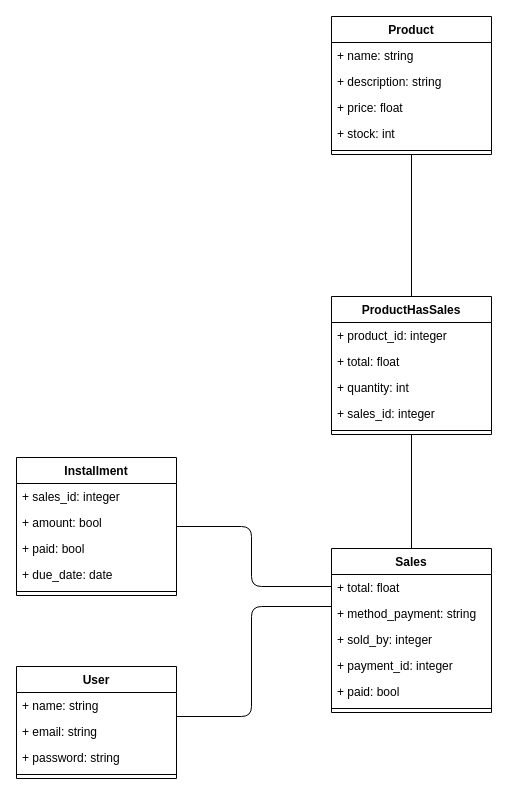
This is diagram.drawio from hendrix97s/dc-tecnologia-test, a draw.io file, before an edit. Source tidied: cells renumbered, new cells numbered last; positions are measured from the earlier drawing's top-left corner, leaving out a move shared by most shapes. Both pictures are drawn from the tidied source at 100%, with x=0, y=0 at pixel (16, 16).
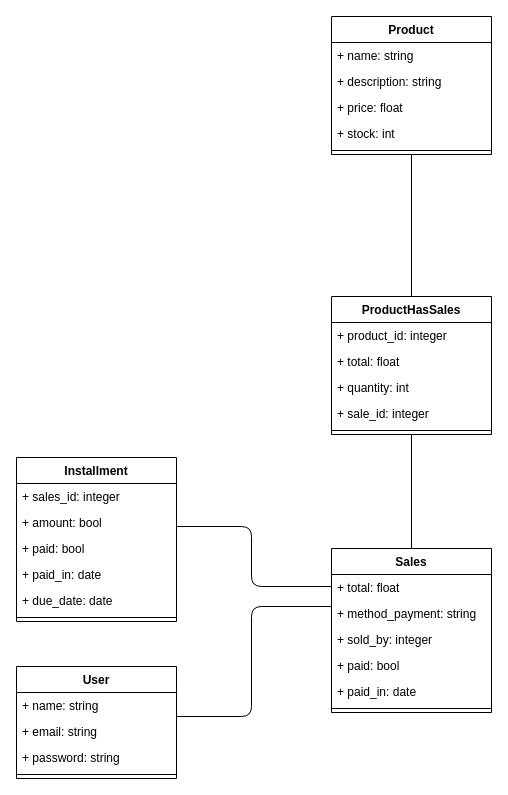
The same diagram, later.

The change refers to these unchanged cells:
```xml
<mxCell id="15" value="Sales" style="swimlane;fontStyle=1;align=center;verticalAlign=top;horizontal=1;startSize=26;" parent="1" vertex="1">
  <mxGeometry x="315" y="532" width="160" height="164" as="geometry" />
</mxCell>
<mxCell id="23" value="ProductHasSales" style="swimlane;fontStyle=1;align=center;verticalAlign=top;horizontal=1;startSize=26;" parent="1" vertex="1">
  <mxGeometry x="315" y="280" width="160" height="138" as="geometry" />
</mxCell>
```

What changed in the source:
```diff
@@
-    <mxCell id="19" value="+ payment_id: integer" style="text;strokeColor=none;fillColor=none;align=left;verticalAlign=top;spacingLeft=4;spacingRight=4;overflow=hidden;" parent="15" vertex="1">
-      <mxGeometry y="104" width="160" height="26" as="geometry" />
-    </mxCell>
     <mxCell id="20" value="+ paid: bool" style="text;strokeColor=none;fillColor=none;align=left;verticalAlign=top;spacingLeft=4;spacingRight=4;overflow=hidden;" parent="15" vertex="1">
-      <mxGeometry y="130" width="160" height="26" as="geometry" />
+      <mxGeometry y="104" width="160" height="26" as="geometry" />
     </mxCell>
+    <mxCell id="36" value="+ paid_in: date" style="text;strokeColor=none;fillColor=none;align=left;verticalAlign=top;spacingLeft=4;spacingRight=4;overflow=hidden;" parent="15" vertex="1">
+      <mxGeometry y="130" width="160" height="26" as="geometry" />
+    </mxCell>
@@
-    <mxCell id="27" value="+ sales_id: integer" style="text;strokeColor=none;fillColor=none;align=left;verticalAlign=top;spacingLeft=4;spacingRight=4;overflow=hidden;" parent="23" vertex="1">
+    <mxCell id="27" value="+ sale_id: integer" style="text;strokeColor=none;fillColor=none;align=left;verticalAlign=top;spacingLeft=4;spacingRight=4;overflow=hidden;" parent="23" vertex="1">
       <mxGeometry y="104" width="160" height="26" as="geometry" />
     </mxCell>
@@
     <mxCell id="30" value="Installment" style="swimlane;fontStyle=1;align=center;verticalAlign=top;horizontal=1;startSize=26;" parent="1" vertex="1">
-      <mxGeometry y="441" width="160" height="138" as="geometry" />
+      <mxGeometry y="441" width="160" height="164" as="geometry" />
     </mxCell>
@@
+    <mxCell id="37" value="+ paid_in: date" style="text;strokeColor=none;fillColor=none;align=left;verticalAlign=top;spacingLeft=4;spacingRight=4;overflow=hidden;" parent="30" vertex="1">
+      <mxGeometry y="104" width="160" height="26" as="geometry" />
+    </mxCell>
     <mxCell id="34" value="+ due_date: date" style="text;strokeColor=none;fillColor=none;align=left;verticalAlign=top;spacingLeft=4;spacingRight=4;overflow=hidden;" parent="30" vertex="1">
-      <mxGeometry y="104" width="160" height="26" as="geometry" />
+      <mxGeometry y="130" width="160" height="26" as="geometry" />
     </mxCell>
     <mxCell id="35" style="line;strokeWidth=1;fillColor=none;align=left;verticalAlign=middle;spacingTop=-1;spacingLeft=3;spacingRight=3;labelPosition=right;" parent="30" vertex="1">
-      <mxGeometry y="130" width="160" height="8" as="geometry" />
+      <mxGeometry y="156" width="160" height="8" as="geometry" />
     </mxCell>
```
